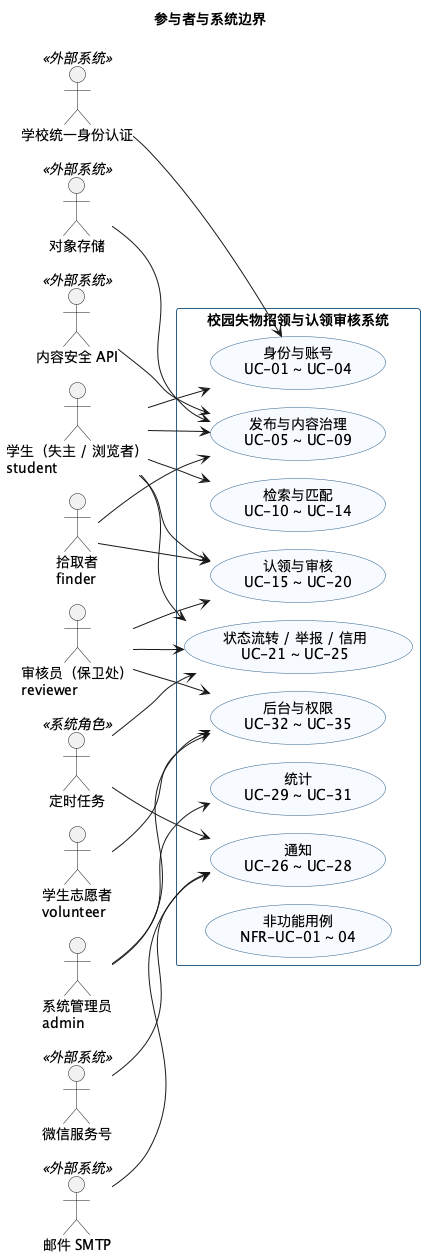
This is docs/assets/usecase-actors.png from phao90016-jpg/Tongji-campus-lost-found, a PlantUML export, as it was before one commit.
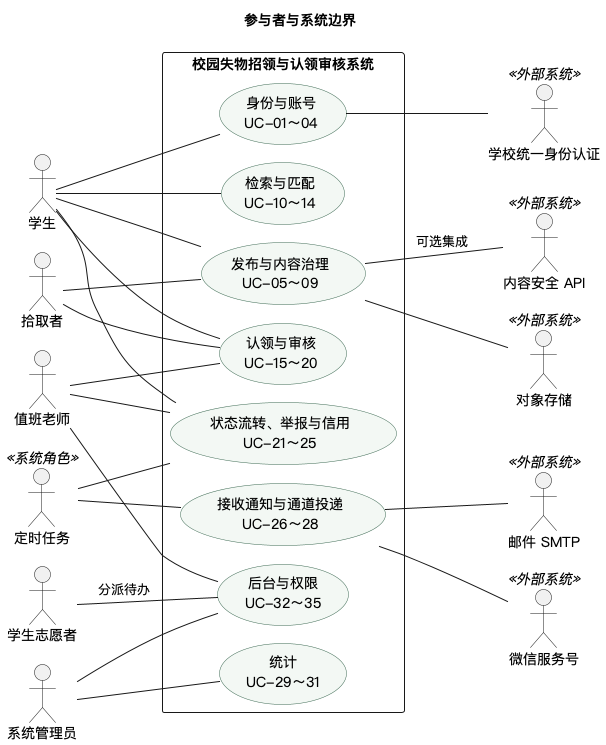
Above is the later version.

Diff of the diagram source:
```diff
@@ -1,64 +1,57 @@
 @startuml usecase-actors
 !pragma layout smetana
 title 参与者与系统边界
-
+skinparam defaultFontName "PingFang SC"
 skinparam shadowing false
-skinparam defaultFontName "Microsoft YaHei"
 skinparam usecase {
-  BackgroundColor #F7FBFF
-  BorderColor #2C5F8A
-}
-skinparam rectangle {
-  BackgroundColor #FFFFFF
-  BorderColor #2C5F8A
+  BackgroundColor #F3F8F4
+  BorderColor #3F6B55
 }
 left to right direction
 
-actor "学生（失主 / 浏览者）\nstudent" as STU
-actor "拾取者\nfinder" as FINDER
-actor "审核员（保卫处）\nreviewer" as REVIEWER
-actor "学生志愿者\nvolunteer" as VOL
-actor "系统管理员\nadmin" as ADMIN
+
+actor "学生" as STU
+actor "拾取者" as FINDER
+actor "值班老师" as REVIEWER
+actor "学生志愿者" as VOL
+actor "系统管理员" as ADMIN
 actor "定时任务" as SCHED <<系统角色>>
+actor "学校统一身份认证" as SSO <<外部系统>>
+actor "对象存储" as OSS <<外部系统>>
+actor "内容安全 API" as CSAFE <<外部系统>>
+actor "微信服务号" as WX <<外部系统>>
+actor "邮件 SMTP" as MAIL <<外部系统>>
 
 rectangle "校园失物招领与认领审核系统" {
-  usecase "身份与账号\nUC-01 ~ UC-04" as M_A
-  usecase "发布与内容治理\nUC-05 ~ UC-09" as M_B
-  usecase "检索与匹配\nUC-10 ~ UC-14" as M_C
-  usecase "认领与审核\nUC-15 ~ UC-20" as M_D
-  usecase "状态流转 / 举报 / 信用\nUC-21 ~ UC-25" as M_E
-  usecase "通知\nUC-26 ~ UC-28" as M_F
-  usecase "统计\nUC-29 ~ UC-31" as M_G
-  usecase "后台与权限\nUC-32 ~ UC-35" as M_H
-  usecase "非功能用例\nNFR-UC-01 ~ 04" as M_N
+  usecase "身份与账号\nUC-01～04" as M_A
+  usecase "发布与内容治理\nUC-05～09" as M_B
+  usecase "检索与匹配\nUC-10～14" as M_C
+  usecase "认领与审核\nUC-15～20" as M_D
+  usecase "状态流转、举报与信用\nUC-21～25" as M_E
+  usecase "接收通知与通道投递\nUC-26～28" as M_F
+  usecase "统计\nUC-29～31" as M_G
+  usecase "后台与权限\nUC-32～35" as M_H
 }
 
-actor "学校统一身份认证" as SSO <<外部系统>>
-actor "对象存储" as OSS <<外部系统>>
-actor "微信服务号" as WX <<外部系统>>
-actor "邮件 SMTP" as MAIL <<外部系统>>
-actor "内容安全 API" as CSAFE <<外部系统>>
+STU -- M_A
+STU -- M_B
+STU -- M_C
+STU -- M_D
+STU -- M_E
+FINDER -- M_B
+FINDER -- M_D
+REVIEWER -- M_D
+REVIEWER -- M_E
+REVIEWER -- M_H
+VOL -- M_H : 分派待办
+ADMIN -- M_G
+ADMIN -- M_H
+SCHED -- M_E
+SCHED -- M_F
 
-STU --> M_A
-STU --> M_B
-STU --> M_C
-STU --> M_D
-STU --> M_E
-FINDER --> M_B
-FINDER --> M_D
-REVIEWER --> M_D
-REVIEWER --> M_E
-REVIEWER --> M_H
-VOL --> M_H
-ADMIN --> M_G
-ADMIN --> M_H
-SCHED --> M_E
-SCHED --> M_F
-
-SSO --> M_A
-OSS --> M_B
-WX --> M_F
-MAIL --> M_F
-CSAFE --> M_B
-
+M_A -- SSO
+M_B -- OSS
+M_B -- CSAFE : 可选集成
+M_F -- WX
+M_F -- MAIL
 @enduml
```
